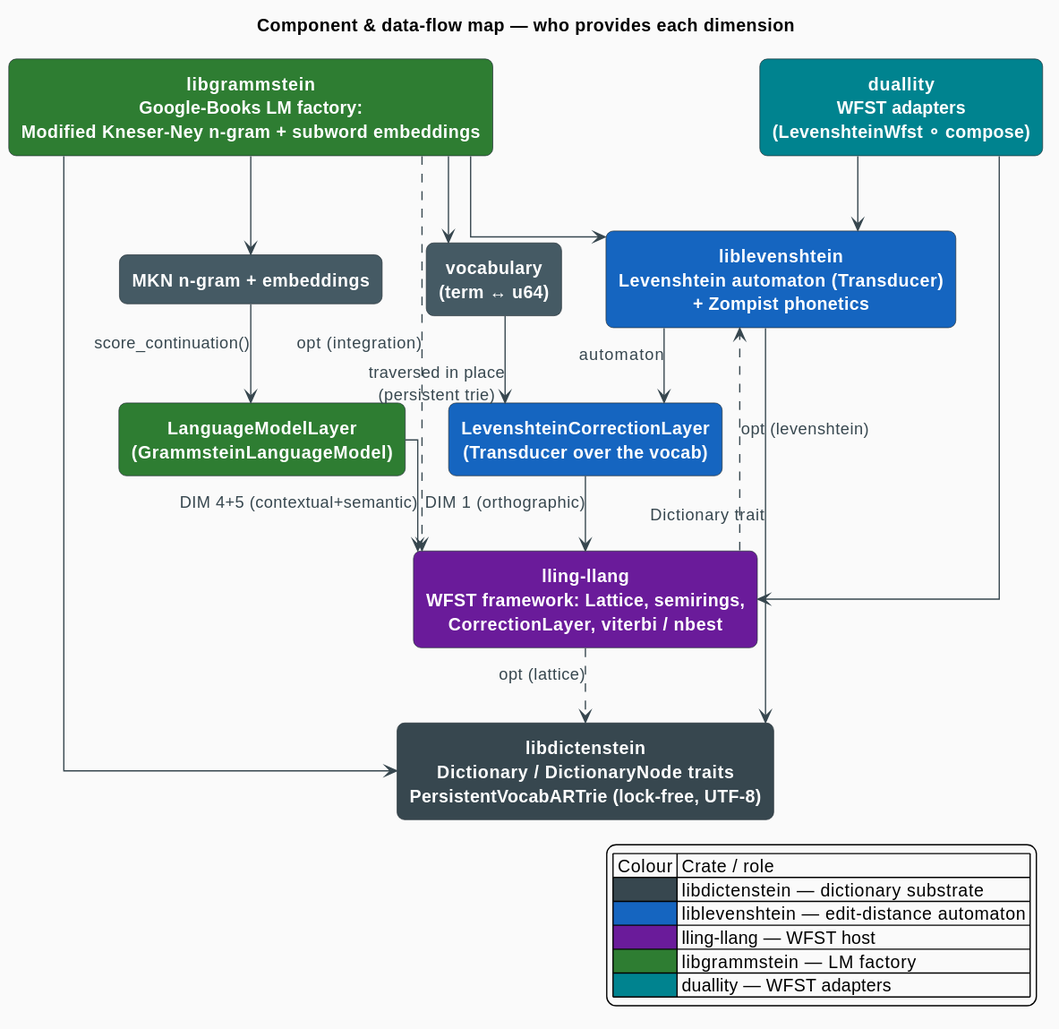
The PlantUML diagram docs/diagrams/correction-component-map.svg in vinary-tree/libgrammstein, before a commit.
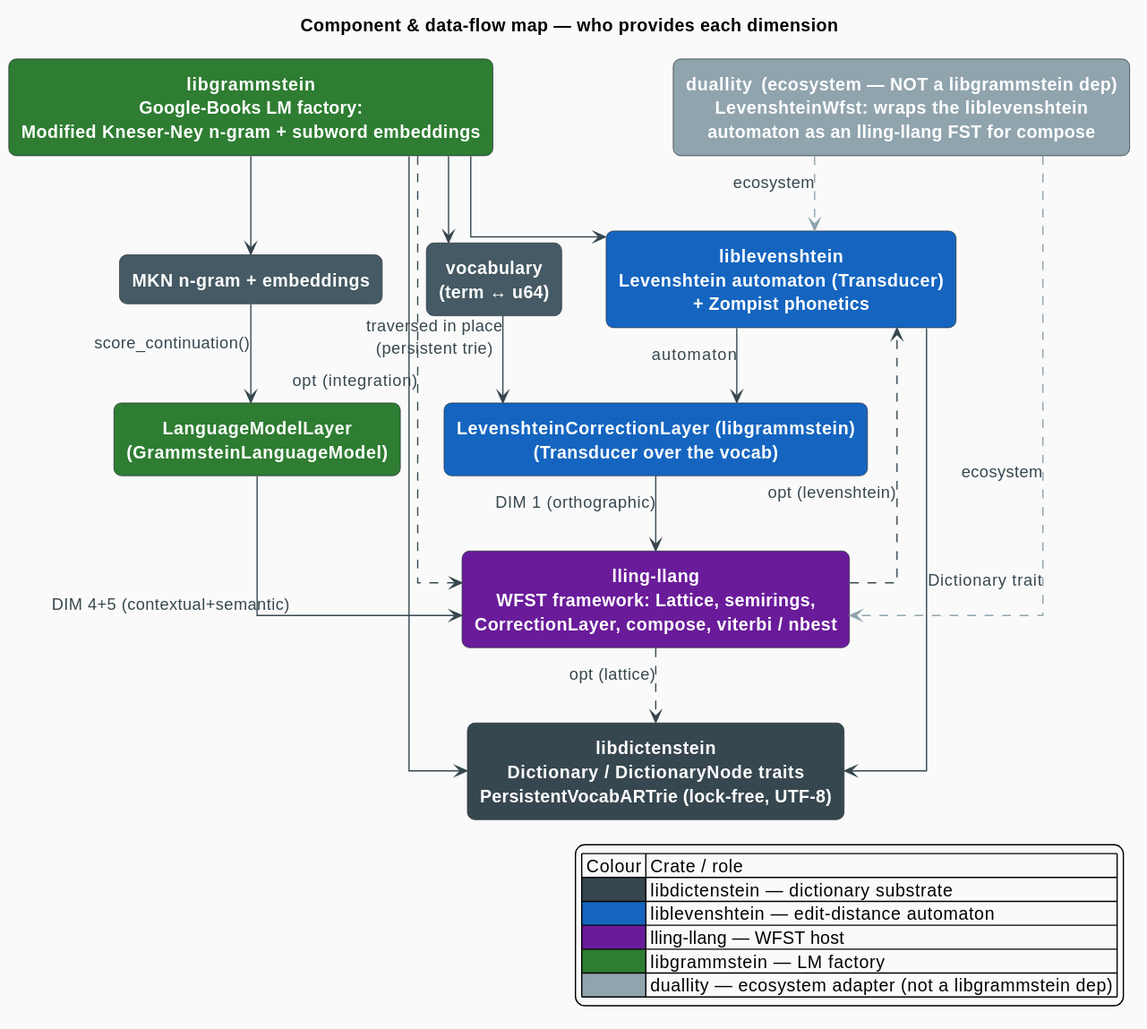
The same file after the commit.

Change to the diagram source:
```diff
@@ -15,13 +15,13 @@
 
 rectangle "**libdictenstein**\nDictionary / DictionaryNode traits\nPersistentVocabARTrie (lock-free, UTF-8)" as dict #37474F
 rectangle "**liblevenshtein**\nLevenshtein automaton (Transducer)\n+ Zompist phonetics" as lev #1565C0
-rectangle "**lling-llang**\nWFST framework: Lattice, semirings,\nCorrectionLayer, viterbi / nbest" as llang #6A1B9A
+rectangle "**lling-llang**\nWFST framework: Lattice, semirings,\nCorrectionLayer, compose, viterbi / nbest" as llang #6A1B9A
 rectangle "**libgrammstein**\nGoogle-Books LM factory:\nModified Kneser-Ney n-gram + subword embeddings" as gram #2E7D32
-rectangle "**duallity**\nWFST adapters\n(LevenshteinWfst ∘ compose)" as dual #00838F
+rectangle "**duallity**  (ecosystem — NOT a libgrammstein dep)\nLevenshteinWfst: wraps the liblevenshtein\nautomaton as an lling-llang FST for compose" as dual #90A4AE
 
 rectangle "vocabulary\n(term ↔ u64)" as vocab #455A64
 rectangle "MKN n-gram + embeddings" as lm #455A64
-rectangle "LevenshteinCorrectionLayer\n(Transducer over the vocab)" as spell #1565C0
+rectangle "LevenshteinCorrectionLayer  (libgrammstein)\n(Transducer over the vocab)" as spell #1565C0
 rectangle "LanguageModelLayer\n(GrammsteinLanguageModel)" as lmlayer #2E7D32
 
 lev --> dict : Dictionary trait
@@ -30,8 +30,8 @@
 gram --> dict
 gram --> lev
 gram ..> llang : opt (integration)
-dual --> lev
-dual --> llang
+dual .[#90A4AE,dashed].> lev : ecosystem
+dual .[#90A4AE,dashed].> llang : ecosystem
 
 gram --> vocab
 gram --> lm
@@ -47,6 +47,6 @@
   |<#1565C0> | liblevenshtein — edit-distance automaton |
   |<#6A1B9A> | lling-llang — WFST host |
   |<#2E7D32> | libgrammstein — LM factory |
-  |<#00838F> | duallity — WFST adapters |
+  |<#90A4AE> | duallity — ecosystem adapter (not a libgrammstein dep) |
 endlegend
 @enduml
```
